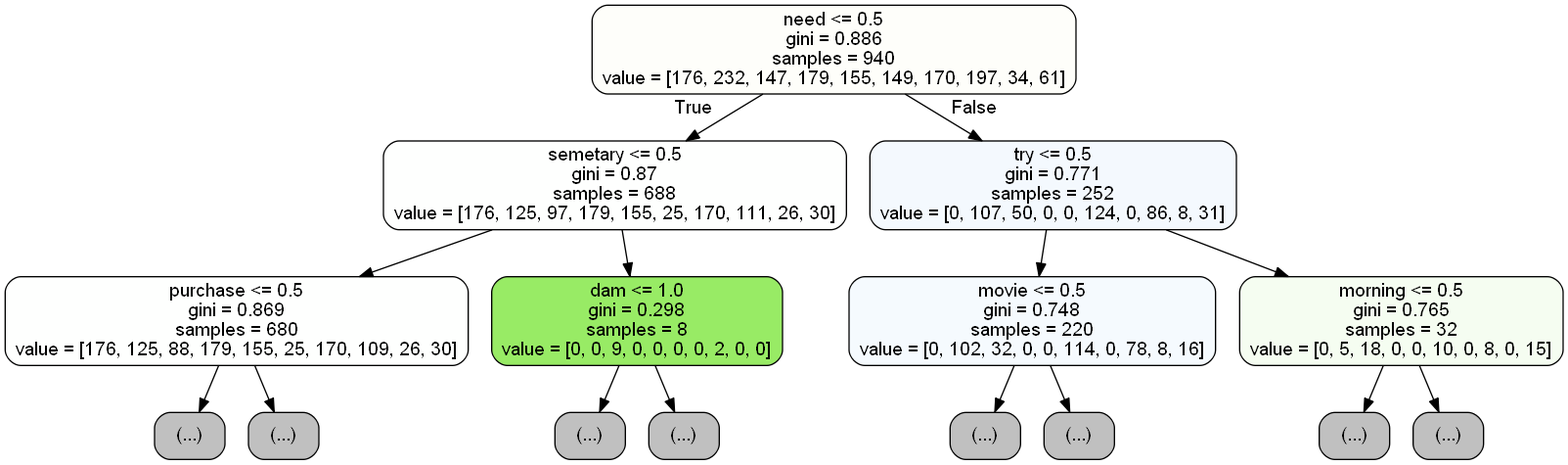
Above: images/tree_small.png in CSML1010-3-2020/NLPCourseProject (Graphviz), before the change. Its source is kept beside it as images/tree_small.dot.
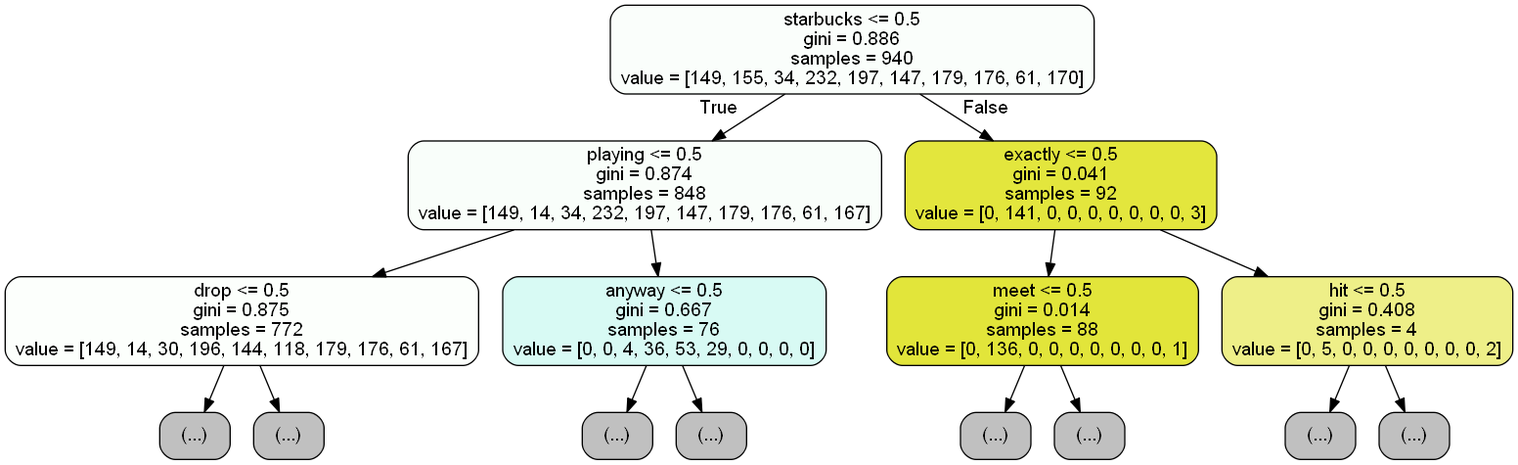
Above is the later version.

The edit, as a diff of the source:
```diff
@@ -1,33 +1,33 @@
 digraph Tree {
 node [shape=box, style="filled, rounded", color="black", fontname=helvetica] ;
 edge [fontname=helvetica] ;
-0 [label="need <= 0.5\ngini = 0.886\nsamples = 940\nvalue = [176, 232, 147, 179, 155, 149, 170, 197, 34, 61]", fillcolor="#fefefa"] ;
-1 [label="semetary <= 0.5\ngini = 0.87\nsamples = 688\nvalue = [176, 125, 97, 179, 155, 25, 170, 111, 26, 30]", fillcolor="#fefffe"] ;
+0 [label="starbucks <= 0.5\ngini = 0.886\nsamples = 940\nvalue = [149, 155, 34, 232, 197, 147, 179, 176, 61, 170]", fillcolor="#fafefb"] ;
+1 [label="playing <= 0.5\ngini = 0.874\nsamples = 848\nvalue = [149, 14, 34, 232, 197, 147, 179, 176, 61, 167]", fillcolor="#f9fefa"] ;
 0 -> 1 [labeldistance=2.5, labelangle=45, headlabel="True"] ;
-2 [label="purchase <= 0.5\ngini = 0.869\nsamples = 680\nvalue = [176, 125, 88, 179, 155, 25, 170, 109, 26, 30]", fillcolor="#fefffe"] ;
+2 [label="drop <= 0.5\ngini = 0.875\nsamples = 772\nvalue = [149, 14, 30, 196, 144, 118, 179, 176, 61, 167]", fillcolor="#fcfffc"] ;
 1 -> 2 ;
 3 [label="(...)", fillcolor="#C0C0C0"] ;
 2 -> 3 ;
 14 [label="(...)", fillcolor="#C0C0C0"] ;
 2 -> 14 ;
-23 [label="dam <= 1.0\ngini = 0.298\nsamples = 8\nvalue = [0, 0, 9, 0, 0, 0, 0, 2, 0, 0]", fillcolor="#98eb65"] ;
-1 -> 23 ;
-24 [label="(...)", fillcolor="#C0C0C0"] ;
-23 -> 24 ;
-27 [label="(...)", fillcolor="#C0C0C0"] ;
-23 -> 27 ;
-28 [label="try <= 0.5\ngini = 0.771\nsamples = 252\nvalue = [0, 107, 50, 0, 0, 124, 0, 86, 8, 31]", fillcolor="#f4f9fe"] ;
-0 -> 28 [labeldistance=2.5, labelangle=-45, headlabel="False"] ;
-29 [label="movie <= 0.5\ngini = 0.748\nsamples = 220\nvalue = [0, 102, 32, 0, 0, 114, 0, 78, 8, 16]", fillcolor="#f5fafe"] ;
-28 -> 29 ;
-30 [label="(...)", fillcolor="#C0C0C0"] ;
-29 -> 30 ;
+25 [label="anyway <= 0.5\ngini = 0.667\nsamples = 76\nvalue = [0, 0, 4, 36, 53, 29, 0, 0, 0, 0]", fillcolor="#d8faf4"] ;
+1 -> 25 ;
+26 [label="(...)", fillcolor="#C0C0C0"] ;
+25 -> 26 ;
+33 [label="(...)", fillcolor="#C0C0C0"] ;
+25 -> 33 ;
+38 [label="exactly <= 0.5\ngini = 0.041\nsamples = 92\nvalue = [0, 141, 0, 0, 0, 0, 0, 0, 0, 3]", fillcolor="#e3e63d"] ;
+0 -> 38 [labeldistance=2.5, labelangle=-45, headlabel="False"] ;
+39 [label="meet <= 0.5\ngini = 0.014\nsamples = 88\nvalue = [0, 136, 0, 0, 0, 0, 0, 0, 0, 1]", fillcolor="#e2e53a"] ;
+38 -> 39 ;
+40 [label="(...)", fillcolor="#C0C0C0"] ;
+39 -> 40 ;
 41 [label="(...)", fillcolor="#C0C0C0"] ;
-29 -> 41 ;
-52 [label="morning <= 0.5\ngini = 0.765\nsamples = 32\nvalue = [0, 5, 18, 0, 0, 10, 0, 8, 0, 15]", fillcolor="#f5fdf1"] ;
-28 -> 52 ;
-53 [label="(...)", fillcolor="#C0C0C0"] ;
-52 -> 53 ;
-64 [label="(...)", fillcolor="#C0C0C0"] ;
-52 -> 64 ;
+39 -> 41 ;
+42 [label="hit <= 0.5\ngini = 0.408\nsamples = 4\nvalue = [0, 5, 0, 0, 0, 0, 0, 0, 0, 2]", fillcolor="#eeef88"] ;
+38 -> 42 ;
+43 [label="(...)", fillcolor="#C0C0C0"] ;
+42 -> 43 ;
+46 [label="(...)", fillcolor="#C0C0C0"] ;
+42 -> 46 ;
 }
```
